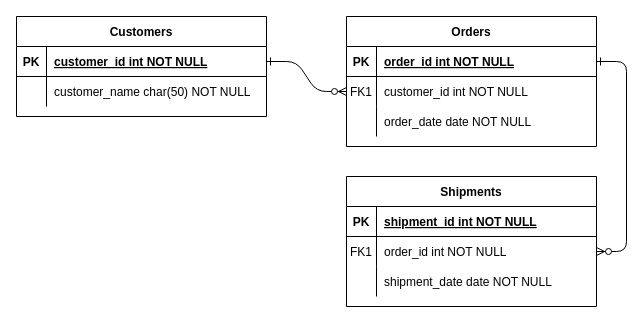
Before: UML/Cinema.drawio in henrique-souza/uml_exercises, a draw.io diagram. Source tidied: cells renumbered, new cells numbered last; positions are measured from the earlier drawing's top-left corner, leaving out a move shared by most shapes. Both pictures are drawn from the tidied source at 100%, with x=0, y=0 at pixel (16, 16).
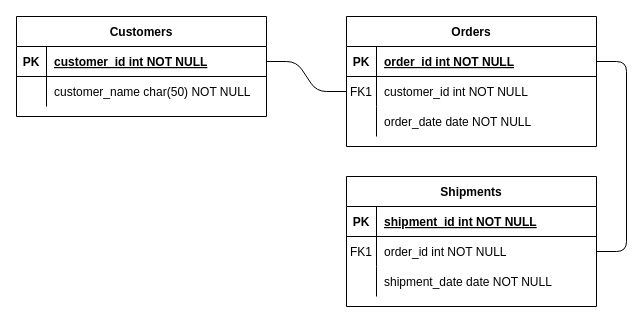
The same diagram, later.

Unchanged cells that the change refers to:
```xml
<mxCell id="5" style="shape=partialRectangle;fillColor=none;points=[[0,0.5],[1,0.5]];portConstraint=eastwest;top=0;left=0;right=0;bottom=1;" parent="4" vertex="1">
  <mxGeometry y="30" width="250" height="30" as="geometry" />
</mxCell>
<mxCell id="8" style="shape=partialRectangle;fillColor=none;points=[[0,0.5],[1,0.5]];portConstraint=eastwest;top=0;left=0;right=0;bottom=0;" parent="4" vertex="1">
  <mxGeometry y="60" width="250" height="30" as="geometry" />
</mxCell>
<mxCell id="18" style="shape=partialRectangle;fillColor=none;points=[[0,0.5],[1,0.5]];portConstraint=eastwest;top=0;left=0;right=0;bottom=0;" parent="14" vertex="1">
  <mxGeometry y="60" width="250" height="30" as="geometry" />
</mxCell>
<mxCell id="25" style="shape=partialRectangle;fillColor=none;points=[[0,0.5],[1,0.5]];portConstraint=eastwest;top=0;left=0;right=0;bottom=1;" parent="24" vertex="1">
  <mxGeometry y="30" width="250" height="30" as="geometry" />
</mxCell>
```

What changed in the source:
```diff
@@
-    <mxCell id="2" style="edgeStyle=entityRelationEdgeStyle;endArrow=ERzeroToMany;startArrow=ERone;endFill=1;startFill=0;" parent="1" edge="1" source="25" target="8">
+    <mxCell id="2" style="edgeStyle=entityRelationEdgeStyle;endArrow=none;startArrow=none;endFill=0;startFill=0;" parent="1" edge="1" source="25" target="8">
       <mxGeometry relative="1" as="geometry" />
     </mxCell>
-    <mxCell id="3" style="edgeStyle=entityRelationEdgeStyle;endArrow=ERzeroToMany;startArrow=ERone;endFill=1;startFill=0;" parent="1" edge="1" source="5" target="18">
+    <mxCell id="3" style="edgeStyle=entityRelationEdgeStyle;endArrow=none;startArrow=none;endFill=0;startFill=0;" parent="1" edge="1" source="5" target="18">
       <mxGeometry relative="1" as="geometry" />
     </mxCell>
```
